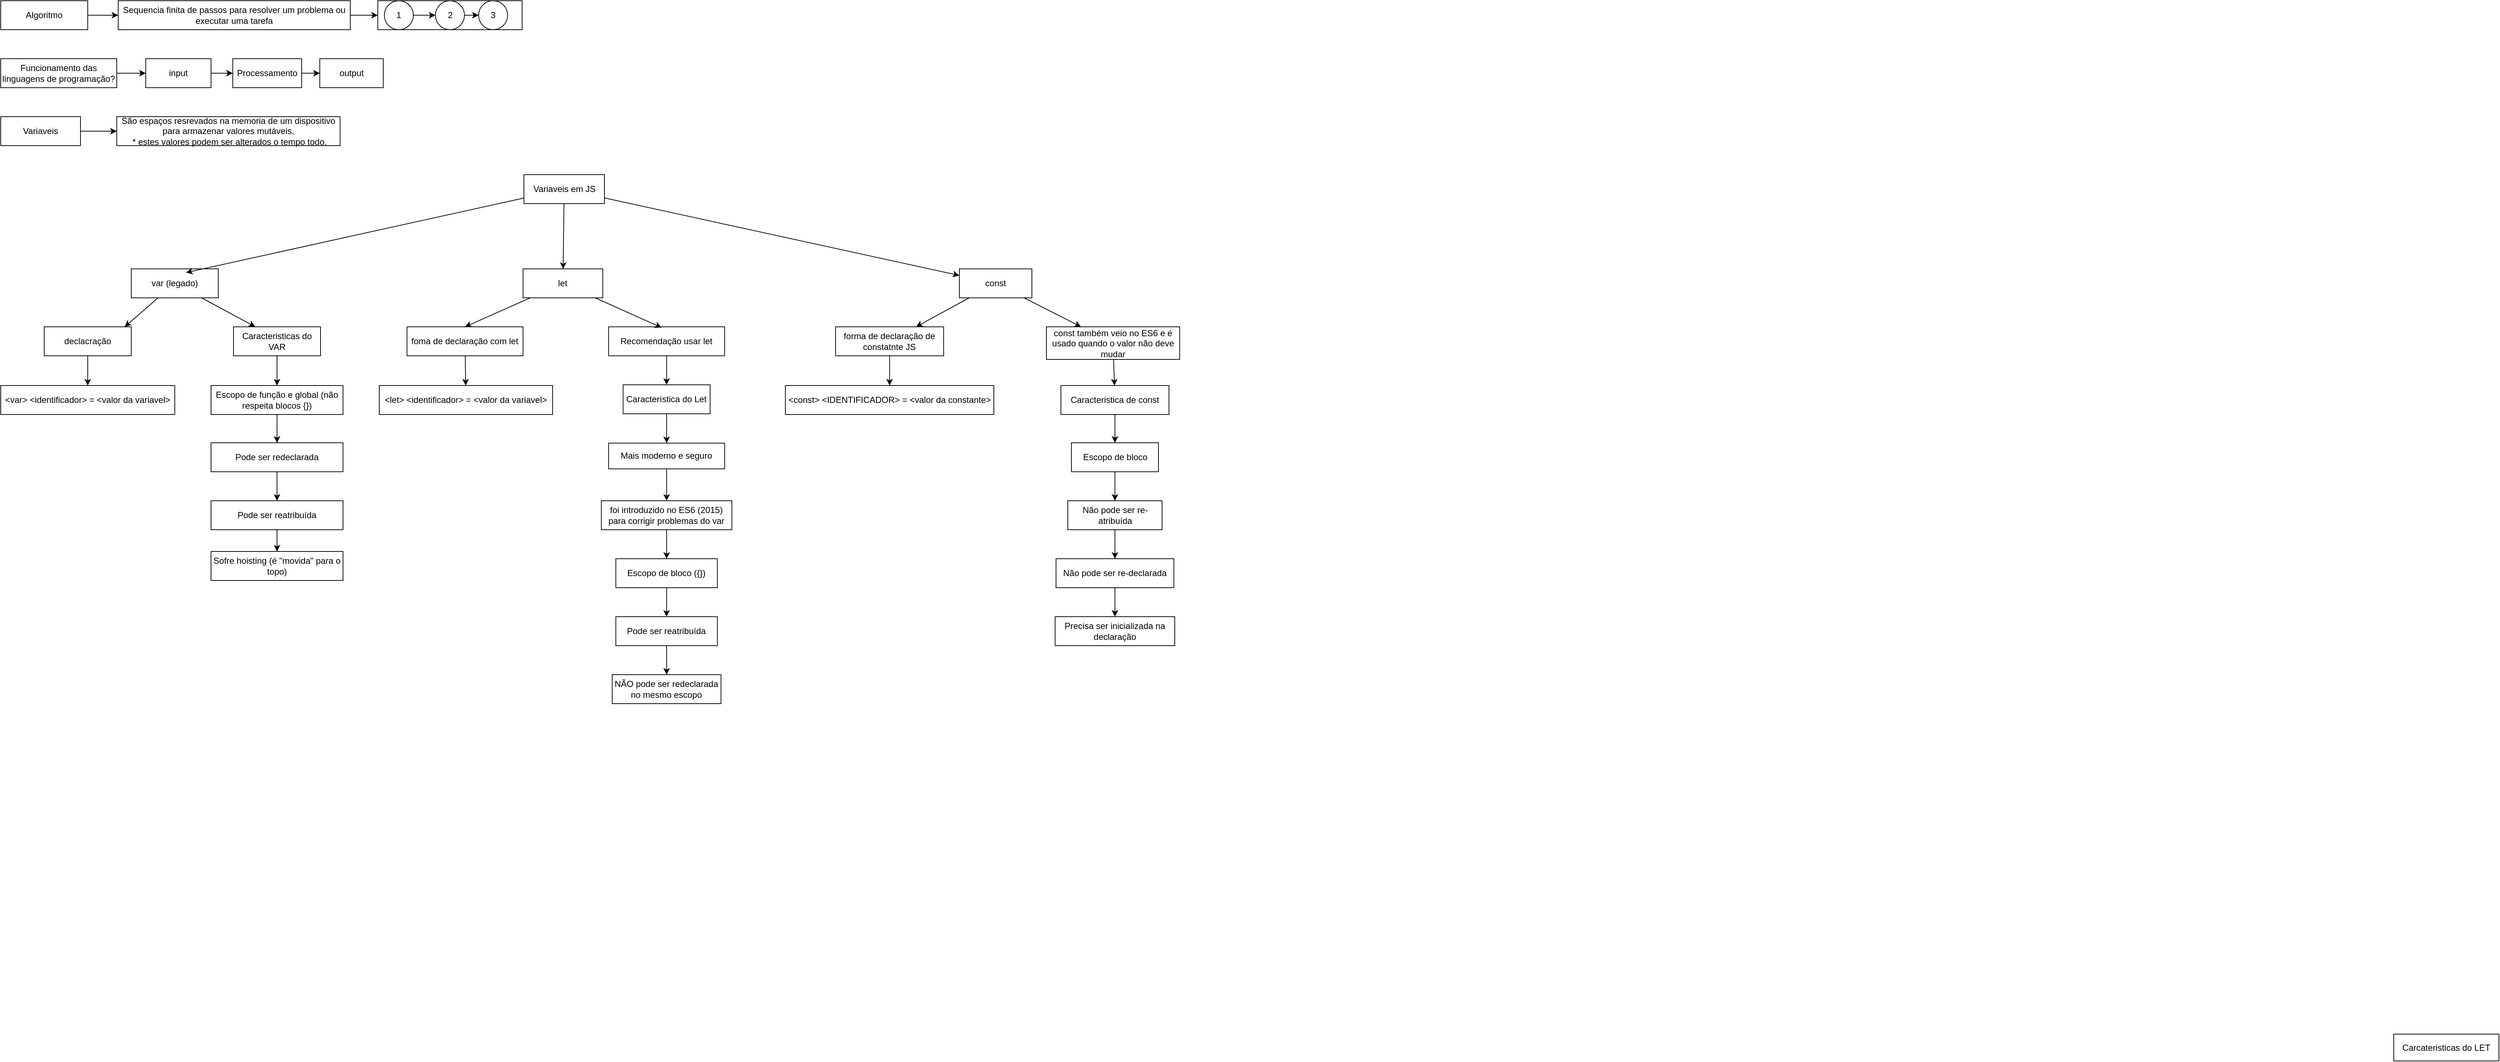
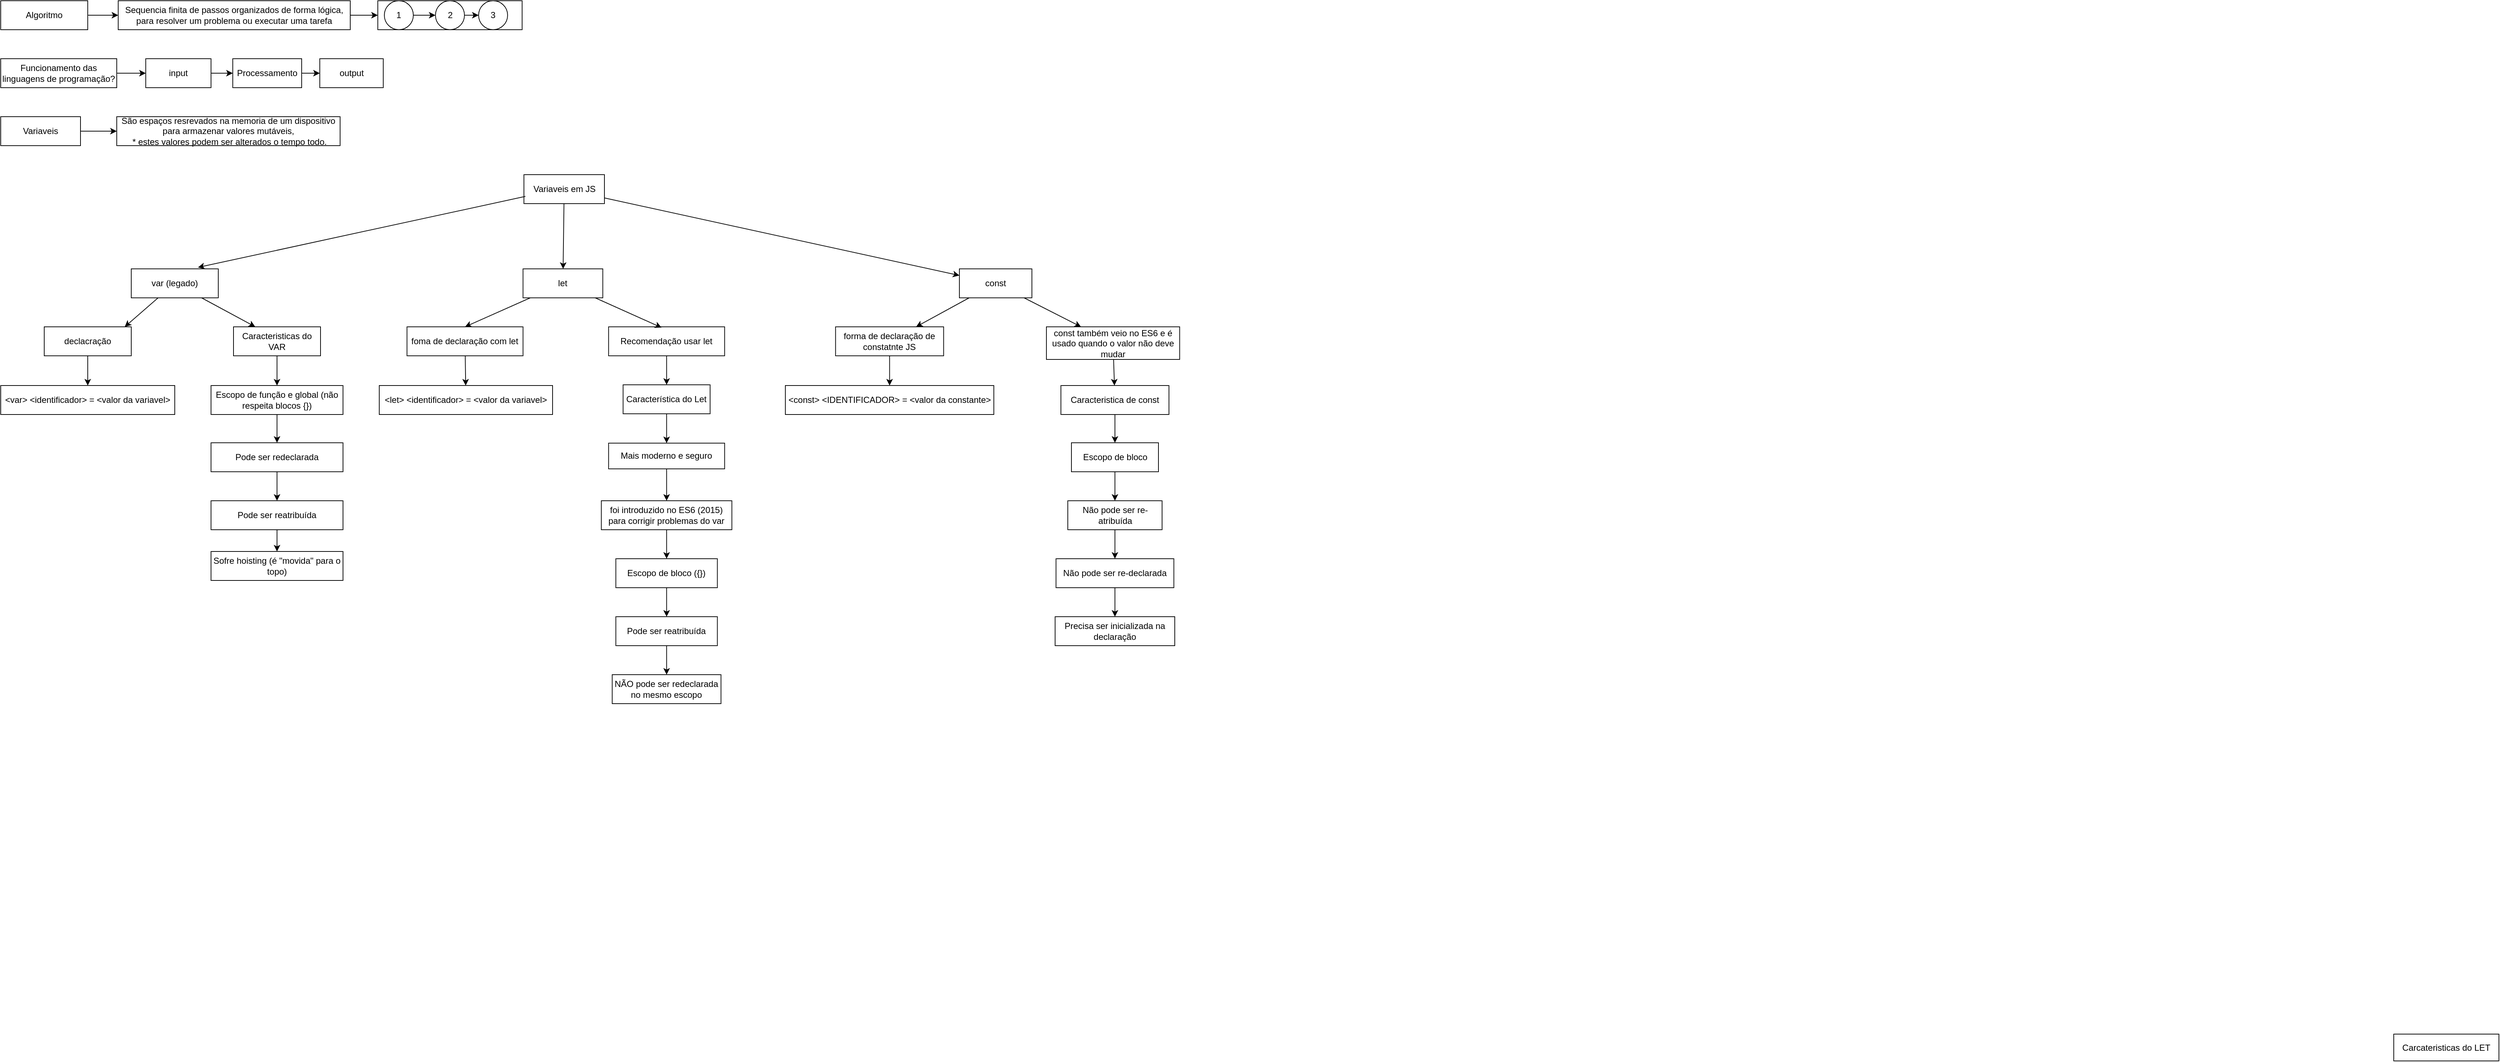
<mxfile host="65bd71144e">
    <diagram name="Página-1" id="K-lamsxsOoelovsOymIu">
-         <mxGraphModel dx="2447" dy="742" grid="1" gridSize="10" guides="1" tooltips="1" connect="1" arrows="1" fold="1" page="1" pageScale="1" pageWidth="1169" pageHeight="827" math="0" shadow="0">
+         <mxGraphModel dx="2495" dy="779" grid="1" gridSize="10" guides="1" tooltips="1" connect="1" arrows="1" fold="1" page="1" pageScale="1" pageWidth="1169" pageHeight="827" math="0" shadow="0">
            <root>
                <mxCell id="0"/>
                <mxCell id="1" parent="0"/>
                <mxCell id="Vj_qxU0U_sso9vPEDegy-22" value="" style="edgeStyle=orthogonalEdgeStyle;rounded=0;orthogonalLoop=1;jettySize=auto;html=1;" parent="1" source="Vj_qxU0U_sso9vPEDegy-23" target="Vj_qxU0U_sso9vPEDegy-26" edge="1">
                    <mxGeometry relative="1" as="geometry"/>
                </mxCell>
                <mxCell id="Vj_qxU0U_sso9vPEDegy-23" value="Algoritmo" style="rounded=0;whiteSpace=wrap;html=1;" parent="1" vertex="1">
                    <mxGeometry x="-1120" y="40" width="120" height="40" as="geometry"/>
                </mxCell>
                <mxCell id="Vj_qxU0U_sso9vPEDegy-25" value="" style="edgeStyle=orthogonalEdgeStyle;rounded=0;orthogonalLoop=1;jettySize=auto;html=1;" parent="1" source="Vj_qxU0U_sso9vPEDegy-26" target="Vj_qxU0U_sso9vPEDegy-28" edge="1">
                    <mxGeometry relative="1" as="geometry"/>
                </mxCell>
-                 <mxCell id="Vj_qxU0U_sso9vPEDegy-26" value="Sequencia finita de passos para resolver um problema ou executar uma tarefa" style="rounded=0;whiteSpace=wrap;html=1;" parent="1" vertex="1">
+                 <mxCell id="Vj_qxU0U_sso9vPEDegy-26" value="Sequencia finita de passos organizados de forma lógica, para resolver um problema ou executar uma tarefa" style="rounded=0;whiteSpace=wrap;html=1;" parent="1" vertex="1">
                    <mxGeometry x="-958" y="40" width="320" height="40" as="geometry"/>
                </mxCell>
                <mxCell id="Vj_qxU0U_sso9vPEDegy-28" value="" style="whiteSpace=wrap;html=1;rounded=0;" parent="1" vertex="1">
                    <mxGeometry x="-600" y="40" width="199" height="40" as="geometry"/>
                </mxCell>
                <mxCell id="Vj_qxU0U_sso9vPEDegy-29" value="" style="edgeStyle=orthogonalEdgeStyle;rounded=0;orthogonalLoop=1;jettySize=auto;html=1;" parent="1" source="Vj_qxU0U_sso9vPEDegy-30" target="Vj_qxU0U_sso9vPEDegy-32" edge="1">
                    <mxGeometry relative="1" as="geometry"/>
                </mxCell>
                <mxCell id="Vj_qxU0U_sso9vPEDegy-30" value="" style="ellipse;whiteSpace=wrap;html=1;aspect=fixed;" parent="1" vertex="1">
                    <mxGeometry x="-591" y="40" width="40" height="40" as="geometry"/>
                </mxCell>
                <mxCell id="Vj_qxU0U_sso9vPEDegy-31" value="" style="edgeStyle=orthogonalEdgeStyle;rounded=0;orthogonalLoop=1;jettySize=auto;html=1;" parent="1" source="Vj_qxU0U_sso9vPEDegy-32" target="Vj_qxU0U_sso9vPEDegy-33" edge="1">
                    <mxGeometry relative="1" as="geometry"/>
                </mxCell>
                <mxCell id="Vj_qxU0U_sso9vPEDegy-32" value="" style="ellipse;whiteSpace=wrap;html=1;aspect=fixed;" parent="1" vertex="1">
                    <mxGeometry x="-520.5" y="40" width="40" height="40" as="geometry"/>
                </mxCell>
                <mxCell id="Vj_qxU0U_sso9vPEDegy-33" value="" style="ellipse;whiteSpace=wrap;html=1;aspect=fixed;" parent="1" vertex="1">
                    <mxGeometry x="-461" y="40" width="40" height="40" as="geometry"/>
                </mxCell>
                <mxCell id="Vj_qxU0U_sso9vPEDegy-34" value="1" style="text;html=1;whiteSpace=wrap;strokeColor=none;fillColor=none;align=center;verticalAlign=middle;rounded=0;" parent="1" vertex="1">
                    <mxGeometry x="-591" y="40" width="40" height="40" as="geometry"/>
                </mxCell>
                <mxCell id="Vj_qxU0U_sso9vPEDegy-35" value="2" style="text;html=1;whiteSpace=wrap;strokeColor=none;fillColor=none;align=center;verticalAlign=middle;rounded=0;" parent="1" vertex="1">
                    <mxGeometry x="-520.5" y="40" width="40" height="40" as="geometry"/>
                </mxCell>
                <mxCell id="Vj_qxU0U_sso9vPEDegy-36" value="3" style="text;html=1;whiteSpace=wrap;strokeColor=none;fillColor=none;align=center;verticalAlign=middle;rounded=0;" parent="1" vertex="1">
                    <mxGeometry x="-461" y="40" width="40" height="40" as="geometry"/>
                </mxCell>
                <mxCell id="Vj_qxU0U_sso9vPEDegy-37" value="" style="edgeStyle=orthogonalEdgeStyle;rounded=0;orthogonalLoop=1;jettySize=auto;html=1;" parent="1" source="Vj_qxU0U_sso9vPEDegy-38" target="Vj_qxU0U_sso9vPEDegy-40" edge="1">
                    <mxGeometry relative="1" as="geometry"/>
                </mxCell>
                <mxCell id="Vj_qxU0U_sso9vPEDegy-38" value="Variaveis" style="whiteSpace=wrap;html=1;" parent="1" vertex="1">
                    <mxGeometry x="-1120" y="200" width="110" height="40" as="geometry"/>
                </mxCell>
                <mxCell id="Vj_qxU0U_sso9vPEDegy-40" value="&lt;div&gt;São espaços resrevados na memoria de um dispositivo para armazenar valores mutáveis,&lt;/div&gt;&lt;div&gt;&amp;nbsp;* estes valores podem ser alterados o tempo todo.&lt;/div&gt;" style="whiteSpace=wrap;html=1;" parent="1" vertex="1">
                    <mxGeometry x="-960" y="200" width="308" height="40" as="geometry"/>
                </mxCell>
                <mxCell id="61" style="edgeStyle=none;html=1;" parent="1" source="Vj_qxU0U_sso9vPEDegy-43" target="Vj_qxU0U_sso9vPEDegy-55" edge="1">
                    <mxGeometry relative="1" as="geometry"/>
                </mxCell>
                <mxCell id="62" value="" style="edgeStyle=none;html=1;" parent="1" source="Vj_qxU0U_sso9vPEDegy-43" target="Vj_qxU0U_sso9vPEDegy-53" edge="1">
                    <mxGeometry relative="1" as="geometry"/>
                </mxCell>
                <mxCell id="Vj_qxU0U_sso9vPEDegy-43" value="Variaveis em JS" style="whiteSpace=wrap;html=1;" parent="1" vertex="1">
                    <mxGeometry x="-398.5" y="280" width="111" height="40" as="geometry"/>
                </mxCell>
                <mxCell id="22" style="edgeStyle=none;html=1;entryX=0.25;entryY=0;entryDx=0;entryDy=0;" parent="1" source="Vj_qxU0U_sso9vPEDegy-49" target="16" edge="1">
                    <mxGeometry relative="1" as="geometry"/>
                </mxCell>
                <mxCell id="Vj_qxU0U_sso9vPEDegy-49" value="var (legado)" style="whiteSpace=wrap;html=1;" parent="1" vertex="1">
                    <mxGeometry x="-940" y="410" width="120" height="40" as="geometry"/>
                </mxCell>
                <mxCell id="Vj_qxU0U_sso9vPEDegy-50" value="" style="edgeStyle=orthogonalEdgeStyle;rounded=0;orthogonalLoop=1;jettySize=auto;html=1;" parent="1" source="Vj_qxU0U_sso9vPEDegy-51" target="Vj_qxU0U_sso9vPEDegy-56" edge="1">
                    <mxGeometry relative="1" as="geometry"/>
                </mxCell>
                <mxCell id="Vj_qxU0U_sso9vPEDegy-51" value="declacração" style="whiteSpace=wrap;html=1;" parent="1" vertex="1">
                    <mxGeometry x="-1060" y="490" width="120" height="40" as="geometry"/>
                </mxCell>
                <mxCell id="25" style="edgeStyle=none;html=1;entryX=0.5;entryY=0;entryDx=0;entryDy=0;" parent="1" source="Vj_qxU0U_sso9vPEDegy-53" target="Vj_qxU0U_sso9vPEDegy-74" edge="1">
                    <mxGeometry relative="1" as="geometry"/>
                </mxCell>
                <mxCell id="Vj_qxU0U_sso9vPEDegy-53" value="let" style="whiteSpace=wrap;html=1;" parent="1" vertex="1">
                    <mxGeometry x="-399.75" y="410" width="110" height="40" as="geometry"/>
                </mxCell>
                <mxCell id="47" style="edgeStyle=none;html=1;" parent="1" source="Vj_qxU0U_sso9vPEDegy-55" target="Vj_qxU0U_sso9vPEDegy-87" edge="1">
                    <mxGeometry relative="1" as="geometry"/>
                </mxCell>
                <mxCell id="48" style="edgeStyle=none;html=1;" parent="1" source="Vj_qxU0U_sso9vPEDegy-55" target="Vj_qxU0U_sso9vPEDegy-89" edge="1">
                    <mxGeometry relative="1" as="geometry"/>
                </mxCell>
                <mxCell id="Vj_qxU0U_sso9vPEDegy-55" value="const" style="whiteSpace=wrap;html=1;" parent="1" vertex="1">
                    <mxGeometry x="202" y="410" width="100" height="40" as="geometry"/>
                </mxCell>
                <mxCell id="Vj_qxU0U_sso9vPEDegy-56" value="&amp;lt;var&amp;gt; &amp;lt;identificador&amp;gt; = &amp;lt;valor da variavel&amp;gt;" style="whiteSpace=wrap;html=1;" parent="1" vertex="1">
                    <mxGeometry x="-1120" y="571" width="240" height="40" as="geometry"/>
                </mxCell>
                <mxCell id="19" value="" style="edgeStyle=none;html=1;" parent="1" source="Vj_qxU0U_sso9vPEDegy-61" target="Vj_qxU0U_sso9vPEDegy-63" edge="1">
                    <mxGeometry relative="1" as="geometry"/>
                </mxCell>
                <mxCell id="Vj_qxU0U_sso9vPEDegy-61" value="Escopo de função e global (não respeita blocos {})" style="rounded=0;whiteSpace=wrap;html=1;" parent="1" vertex="1">
                    <mxGeometry x="-830" y="571" width="182" height="40" as="geometry"/>
                </mxCell>
                <mxCell id="20" value="" style="edgeStyle=none;html=1;" parent="1" source="Vj_qxU0U_sso9vPEDegy-63" target="Vj_qxU0U_sso9vPEDegy-65" edge="1">
                    <mxGeometry relative="1" as="geometry"/>
                </mxCell>
                <mxCell id="Vj_qxU0U_sso9vPEDegy-63" value="Pode ser redeclarada" style="rounded=0;whiteSpace=wrap;html=1;" parent="1" vertex="1">
                    <mxGeometry x="-830" y="650" width="182" height="40" as="geometry"/>
                </mxCell>
                <mxCell id="21" value="" style="edgeStyle=none;html=1;" parent="1" source="Vj_qxU0U_sso9vPEDegy-65" target="Vj_qxU0U_sso9vPEDegy-66" edge="1">
                    <mxGeometry relative="1" as="geometry"/>
                </mxCell>
                <mxCell id="Vj_qxU0U_sso9vPEDegy-65" value="Pode ser reatribuída" style="rounded=0;whiteSpace=wrap;html=1;" parent="1" vertex="1">
                    <mxGeometry x="-830" y="730" width="182" height="40" as="geometry"/>
                </mxCell>
                <mxCell id="Vj_qxU0U_sso9vPEDegy-66" value="Sofre hoisting (é &quot;movida&quot; para o topo)" style="rounded=0;whiteSpace=wrap;html=1;" parent="1" vertex="1">
                    <mxGeometry x="-830" y="800" width="182" height="40" as="geometry"/>
                </mxCell>
                <mxCell id="51" value="" style="edgeStyle=none;html=1;" parent="1" source="Vj_qxU0U_sso9vPEDegy-68" target="49" edge="1">
                    <mxGeometry relative="1" as="geometry"/>
                </mxCell>
                <mxCell id="Vj_qxU0U_sso9vPEDegy-68" value="Recomendação usar let" style="rounded=0;whiteSpace=wrap;html=1;" parent="1" vertex="1">
                    <mxGeometry x="-281.75" y="490" width="160" height="40" as="geometry"/>
                </mxCell>
                <mxCell id="55" value="" style="edgeStyle=none;html=1;" parent="1" source="Vj_qxU0U_sso9vPEDegy-70" target="Vj_qxU0U_sso9vPEDegy-72" edge="1">
                    <mxGeometry relative="1" as="geometry"/>
                </mxCell>
                <mxCell id="Vj_qxU0U_sso9vPEDegy-70" value="Mais moderno e seguro" style="rounded=0;whiteSpace=wrap;html=1;" parent="1" vertex="1">
                    <mxGeometry x="-281.75" y="650.5" width="160" height="35.5" as="geometry"/>
                </mxCell>
                <mxCell id="56" value="" style="edgeStyle=none;html=1;" parent="1" source="Vj_qxU0U_sso9vPEDegy-72" target="Vj_qxU0U_sso9vPEDegy-80" edge="1">
                    <mxGeometry relative="1" as="geometry"/>
                </mxCell>
                <mxCell id="Vj_qxU0U_sso9vPEDegy-72" value="foi introduzido no ES6 (2015) para corrigir problemas do var" style="rounded=0;whiteSpace=wrap;html=1;" parent="1" vertex="1">
                    <mxGeometry x="-291.75" y="730" width="180" height="40" as="geometry"/>
                </mxCell>
                <mxCell id="27" value="" style="edgeStyle=none;html=1;" parent="1" source="Vj_qxU0U_sso9vPEDegy-74" target="Vj_qxU0U_sso9vPEDegy-76" edge="1">
                    <mxGeometry relative="1" as="geometry"/>
                </mxCell>
                <mxCell id="Vj_qxU0U_sso9vPEDegy-74" value="foma de declaração com let" style="rounded=0;whiteSpace=wrap;html=1;" parent="1" vertex="1">
                    <mxGeometry x="-559.75" y="490" width="160" height="40" as="geometry"/>
                </mxCell>
                <mxCell id="Vj_qxU0U_sso9vPEDegy-76" value="  &amp;lt;let&amp;gt; &amp;lt;identificador&amp;gt; = &amp;lt;valor da variavel&amp;gt; " style="rounded=0;whiteSpace=wrap;html=1;" parent="1" vertex="1">
                    <mxGeometry x="-598" y="571" width="239" height="40" as="geometry"/>
                </mxCell>
                <mxCell id="Vj_qxU0U_sso9vPEDegy-78" value="Carcateristicas do LET" style="rounded=0;whiteSpace=wrap;html=1;" parent="1" vertex="1">
                    <mxGeometry x="2180" y="1466" width="145" height="37" as="geometry"/>
                </mxCell>
                <mxCell id="57" value="" style="edgeStyle=none;html=1;" parent="1" source="Vj_qxU0U_sso9vPEDegy-80" target="Vj_qxU0U_sso9vPEDegy-82" edge="1">
                    <mxGeometry relative="1" as="geometry"/>
                </mxCell>
                <mxCell id="Vj_qxU0U_sso9vPEDegy-80" value="Escopo de bloco ({})" style="rounded=0;whiteSpace=wrap;html=1;" parent="1" vertex="1">
                    <mxGeometry x="-271.75" y="810" width="140" height="40" as="geometry"/>
                </mxCell>
                <mxCell id="58" value="" style="edgeStyle=none;html=1;" parent="1" source="Vj_qxU0U_sso9vPEDegy-82" target="Vj_qxU0U_sso9vPEDegy-83" edge="1">
                    <mxGeometry relative="1" as="geometry"/>
                </mxCell>
                <mxCell id="Vj_qxU0U_sso9vPEDegy-82" value="Pode ser reatribuída" style="rounded=0;whiteSpace=wrap;html=1;" parent="1" vertex="1">
                    <mxGeometry x="-271.75" y="890" width="140" height="40" as="geometry"/>
                </mxCell>
                <mxCell id="Vj_qxU0U_sso9vPEDegy-83" value="NÃO pode ser redeclarada no mesmo escopo" style="rounded=0;whiteSpace=wrap;html=1;" parent="1" vertex="1">
                    <mxGeometry x="-276.75" y="970" width="150" height="40" as="geometry"/>
                </mxCell>
                <mxCell id="40" value="" style="edgeStyle=none;html=1;" parent="1" source="Vj_qxU0U_sso9vPEDegy-87" target="Vj_qxU0U_sso9vPEDegy-93" edge="1">
                    <mxGeometry relative="1" as="geometry"/>
                </mxCell>
                <mxCell id="Vj_qxU0U_sso9vPEDegy-87" value="const também veio no ES6 e é usado quando o valor não deve mudar" style="rounded=0;whiteSpace=wrap;html=1;" parent="1" vertex="1">
                    <mxGeometry x="322" y="490" width="183.75" height="45" as="geometry"/>
                </mxCell>
                <mxCell id="37" value="" style="edgeStyle=none;html=1;" parent="1" source="Vj_qxU0U_sso9vPEDegy-89" target="Vj_qxU0U_sso9vPEDegy-91" edge="1">
                    <mxGeometry relative="1" as="geometry"/>
                </mxCell>
                <mxCell id="Vj_qxU0U_sso9vPEDegy-89" value="forma de declaração de constatnte JS" style="rounded=0;whiteSpace=wrap;html=1;" parent="1" vertex="1">
                    <mxGeometry x="31.25" y="490" width="149" height="40" as="geometry"/>
                </mxCell>
                <mxCell id="Vj_qxU0U_sso9vPEDegy-91" value="&amp;lt;const&amp;gt; &amp;lt;IDENTIFICADOR&amp;gt; = &amp;lt;valor da constante&amp;gt;" style="rounded=0;whiteSpace=wrap;html=1;" parent="1" vertex="1">
                    <mxGeometry x="-38" y="571" width="287.5" height="40" as="geometry"/>
                </mxCell>
                <mxCell id="43" value="" style="edgeStyle=none;html=1;" parent="1" source="Vj_qxU0U_sso9vPEDegy-93" target="Vj_qxU0U_sso9vPEDegy-95" edge="1">
                    <mxGeometry relative="1" as="geometry"/>
                </mxCell>
                <mxCell id="Vj_qxU0U_sso9vPEDegy-93" value="Caracteristica de const" style="rounded=0;whiteSpace=wrap;html=1;" parent="1" vertex="1">
                    <mxGeometry x="342" y="571" width="149" height="40" as="geometry"/>
                </mxCell>
                <mxCell id="44" value="" style="edgeStyle=none;html=1;" parent="1" source="Vj_qxU0U_sso9vPEDegy-95" target="Vj_qxU0U_sso9vPEDegy-97" edge="1">
                    <mxGeometry relative="1" as="geometry"/>
                </mxCell>
                <mxCell id="Vj_qxU0U_sso9vPEDegy-95" value="Escopo de bloco" style="rounded=0;whiteSpace=wrap;html=1;" parent="1" vertex="1">
                    <mxGeometry x="356.5" y="650" width="120" height="40" as="geometry"/>
                </mxCell>
                <mxCell id="45" value="" style="edgeStyle=none;html=1;" parent="1" source="Vj_qxU0U_sso9vPEDegy-97" target="Vj_qxU0U_sso9vPEDegy-99" edge="1">
                    <mxGeometry relative="1" as="geometry"/>
                </mxCell>
                <mxCell id="Vj_qxU0U_sso9vPEDegy-97" value="Não pode ser re-atribuída" style="rounded=0;whiteSpace=wrap;html=1;" parent="1" vertex="1">
                    <mxGeometry x="351.5" y="730" width="130" height="40" as="geometry"/>
                </mxCell>
                <mxCell id="46" value="" style="edgeStyle=none;html=1;" parent="1" source="Vj_qxU0U_sso9vPEDegy-99" target="Vj_qxU0U_sso9vPEDegy-100" edge="1">
                    <mxGeometry relative="1" as="geometry"/>
                </mxCell>
                <mxCell id="Vj_qxU0U_sso9vPEDegy-99" value="Não pode ser re-declarada" style="rounded=0;whiteSpace=wrap;html=1;" parent="1" vertex="1">
                    <mxGeometry x="335.25" y="810" width="162.5" height="40" as="geometry"/>
                </mxCell>
                <mxCell id="Vj_qxU0U_sso9vPEDegy-100" value="Precisa ser inicializada na declaração" style="rounded=0;whiteSpace=wrap;html=1;" parent="1" vertex="1">
                    <mxGeometry x="334" y="890" width="165" height="40" as="geometry"/>
                </mxCell>
                <mxCell id="6" value="" style="edgeStyle=none;html=1;" parent="1" source="3" target="5" edge="1">
                    <mxGeometry relative="1" as="geometry"/>
                </mxCell>
                <mxCell id="3" value="Funcionamento das linguagens de programação?" style="whiteSpace=wrap;html=1;rounded=0;" parent="1" vertex="1">
                    <mxGeometry x="-1120" y="120" width="160" height="40" as="geometry"/>
                </mxCell>
                <mxCell id="8" value="" style="edgeStyle=none;html=1;" parent="1" source="5" target="7" edge="1">
                    <mxGeometry relative="1" as="geometry"/>
                </mxCell>
                <mxCell id="5" value="input" style="whiteSpace=wrap;html=1;rounded=0;" parent="1" vertex="1">
                    <mxGeometry x="-920" y="120" width="90" height="40" as="geometry"/>
                </mxCell>
                <mxCell id="10" value="" style="edgeStyle=none;html=1;" parent="1" source="7" target="9" edge="1">
                    <mxGeometry relative="1" as="geometry"/>
                </mxCell>
                <mxCell id="7" value="Processamento" style="whiteSpace=wrap;html=1;rounded=0;" parent="1" vertex="1">
                    <mxGeometry x="-800" y="120" width="95" height="40" as="geometry"/>
                </mxCell>
                <mxCell id="9" value="output" style="whiteSpace=wrap;html=1;rounded=0;" parent="1" vertex="1">
                    <mxGeometry x="-680" y="120" width="87.5" height="40" as="geometry"/>
                </mxCell>
                <mxCell id="18" value="" style="edgeStyle=none;html=1;" parent="1" source="16" target="Vj_qxU0U_sso9vPEDegy-61" edge="1">
                    <mxGeometry relative="1" as="geometry"/>
                </mxCell>
                <mxCell id="16" value="&lt;span style=&quot;color: rgb(0, 0, 0);&quot;&gt;Caracteristicas do VAR&lt;/span&gt;" style="rounded=0;whiteSpace=wrap;html=1;" parent="1" vertex="1">
                    <mxGeometry x="-799" y="490" width="120" height="40" as="geometry"/>
                </mxCell>
                <mxCell id="23" style="edgeStyle=none;html=1;entryX=0.925;entryY=0;entryDx=0;entryDy=0;entryPerimeter=0;" parent="1" source="Vj_qxU0U_sso9vPEDegy-49" target="Vj_qxU0U_sso9vPEDegy-51" edge="1">
                    <mxGeometry relative="1" as="geometry"/>
                </mxCell>
                <mxCell id="36" style="edgeStyle=none;html=1;entryX=0.456;entryY=0.025;entryDx=0;entryDy=0;entryPerimeter=0;" parent="1" source="Vj_qxU0U_sso9vPEDegy-53" target="Vj_qxU0U_sso9vPEDegy-68" edge="1">
                    <mxGeometry relative="1" as="geometry"/>
                </mxCell>
                <mxCell id="54" value="" style="edgeStyle=none;html=1;" parent="1" source="49" target="Vj_qxU0U_sso9vPEDegy-70" edge="1">
                    <mxGeometry relative="1" as="geometry"/>
                </mxCell>
                <mxCell id="49" value="Característica do Let" style="whiteSpace=wrap;html=1;rounded=0;" parent="1" vertex="1">
                    <mxGeometry x="-261.75" y="570" width="120" height="40" as="geometry"/>
                </mxCell>
-                 <mxCell id="59" style="edgeStyle=none;html=1;entryX=0.63;entryY=0.129;entryDx=0;entryDy=0;entryPerimeter=0;" parent="1" source="Vj_qxU0U_sso9vPEDegy-43" target="Vj_qxU0U_sso9vPEDegy-49" edge="1">
-                     <mxGeometry relative="1" as="geometry"/>
+                 <mxCell id="59" style="edgeStyle=none;html=1;" parent="1" edge="1">
+                     <mxGeometry relative="1" as="geometry">
+                         <mxPoint x="-396.5" y="310.04142011834324" as="sourcePoint"/>
+                         <mxPoint x="-848" y="408" as="targetPoint"/>
+                     </mxGeometry>
                </mxCell>
            </root>
        </mxGraphModel>
    </diagram>
</mxfile>